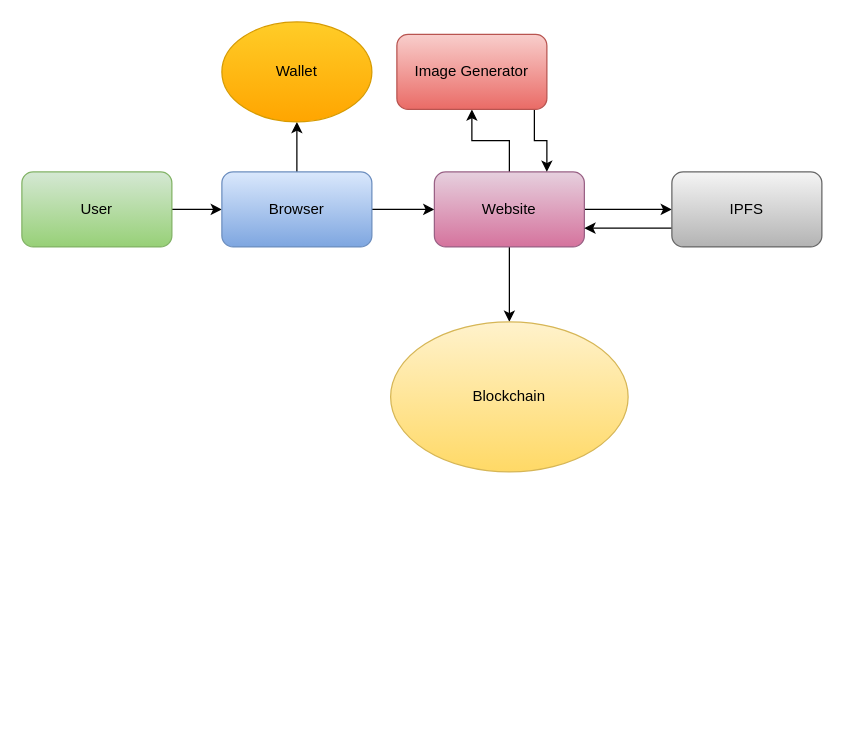
This is NFT.drawio from babangain/drawio, a draw.io file, before an edit. Source tidied: cells renumbered, new cells numbered last; positions are measured from the earlier drawing's top-left corner, leaving out a move shared by most shapes. Both pictures are drawn from the tidied source at 125%, with x=0, y=0 at pixel (21, 21).
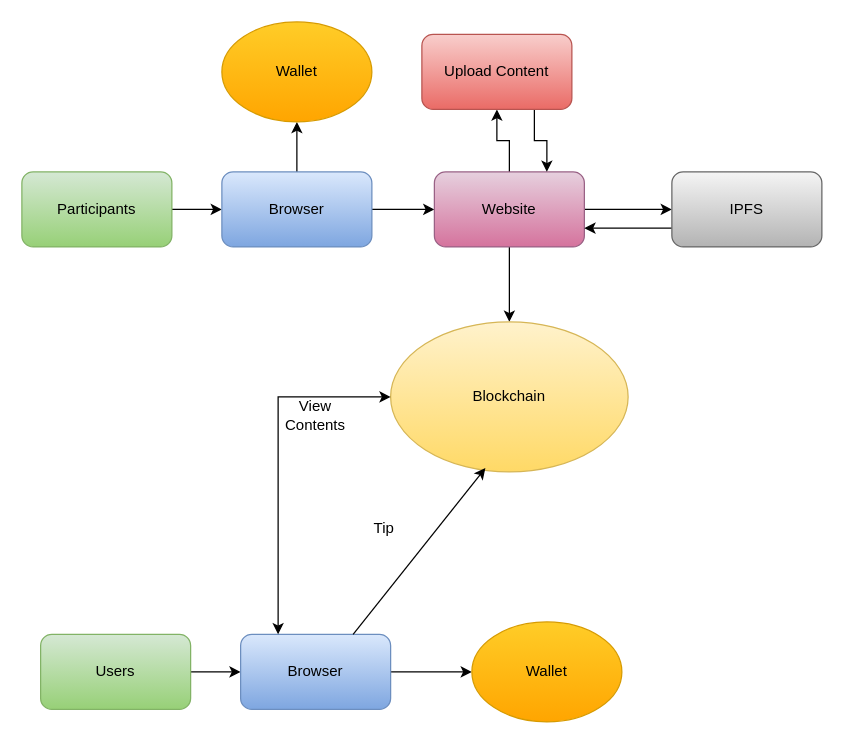
The same page after the edit.

The change refers to these unchanged cells:
```xml
<mxCell id="16" value="Blockchain" style="ellipse;whiteSpace=wrap;html=1;fillColor=#fff2cc;gradientColor=#ffd966;strokeColor=#d6b656;" parent="1" vertex="1">
  <mxGeometry x="295" y="240" width="190" height="120" as="geometry" />
</mxCell>
```

Change to the diagram source:
```diff
@@
-    <mxCell id="3" value="User" style="rounded=1;whiteSpace=wrap;html=1;fillColor=#d5e8d4;gradientColor=#97d077;strokeColor=#82b366;" parent="1" vertex="1">
+    <mxCell id="3" value="Participants" style="rounded=1;whiteSpace=wrap;html=1;fillColor=#d5e8d4;gradientColor=#97d077;strokeColor=#82b366;" parent="1" vertex="1">
       <mxGeometry y="120" width="120" height="60" as="geometry" />
     </mxCell>
@@
-    <mxCell id="13" value="Image Generator" style="whiteSpace=wrap;html=1;rounded=1;fillColor=#f8cecc;gradientColor=#ea6b66;strokeColor=#b85450;" parent="1" vertex="1">
-      <mxGeometry x="300" y="10" width="120" height="60" as="geometry" />
+    <mxCell id="13" value="Upload Content" style="whiteSpace=wrap;html=1;rounded=1;fillColor=#f8cecc;gradientColor=#ea6b66;strokeColor=#b85450;" parent="1" vertex="1">
+      <mxGeometry x="320" y="10" width="120" height="60" as="geometry" />
     </mxCell>
@@
+    <mxCell id="17" style="edgeStyle=orthogonalEdgeStyle;rounded=0;jettySize=auto;html=1;" parent="1" edge="1" source="18" target="20">
+      <mxGeometry relative="1" as="geometry" />
+    </mxCell>
+    <mxCell id="18" value="Users" style="rounded=1;whiteSpace=wrap;html=1;fillColor=#d5e8d4;gradientColor=#97d077;strokeColor=#82b366;" parent="1" vertex="1">
+      <mxGeometry x="15" y="490" width="120" height="60" as="geometry" />
+    </mxCell>
+    <mxCell id="19" style="edgeStyle=orthogonalEdgeStyle;rounded=0;jettySize=auto;html=1;" parent="1" edge="1" source="20" target="21">
+      <mxGeometry relative="1" as="geometry" />
+    </mxCell>
+    <mxCell id="20" value="Browser" style="rounded=1;whiteSpace=wrap;html=1;fillColor=#dae8fc;gradientColor=#7ea6e0;strokeColor=#6c8ebf;" parent="1" vertex="1">
+      <mxGeometry x="175" y="490" width="120" height="60" as="geometry" />
+    </mxCell>
+    <mxCell id="21" value="Wallet" style="ellipse;whiteSpace=wrap;html=1;fillColor=#ffcd28;gradientColor=#ffa500;strokeColor=#d79b00;" parent="1" vertex="1">
+      <mxGeometry x="360" y="480" width="120" height="80" as="geometry" />
+    </mxCell>
+    <mxCell id="22" style="endArrow=classic;startArrow=classic;html=1;rounded=0;exitX=0.25;exitY=0;exitDx=0;exitDy=0;entryX=0;entryY=0.5;entryDx=0;entryDy=0;" parent="1" edge="1" source="20" target="16">
+      <mxGeometry relative="1" as="geometry">
+        <Array as="points">
+          <mxPoint x="205" y="300" />
+        </Array>
+      </mxGeometry>
+    </mxCell>
+    <mxCell id="23" value="View Contents" style="text;html=1;strokeColor=none;fillColor=none;align=center;verticalAlign=middle;whiteSpace=wrap;rounded=0;" parent="1" vertex="1">
+      <mxGeometry x="205" y="300" width="60" height="30" as="geometry" />
+    </mxCell>
+    <mxCell id="24" style="endArrow=classic;html=1;rounded=0;exitX=0.75;exitY=0;exitDx=0;exitDy=0;entryX=0.399;entryY=0.975;entryDx=0;entryDy=0;entryPerimeter=0;" parent="1" edge="1" source="20" target="16">
+      <mxGeometry relative="1" as="geometry" />
+    </mxCell>
+    <mxCell id="25" value="Tip" style="text;html=1;strokeColor=none;fillColor=none;align=center;verticalAlign=middle;whiteSpace=wrap;rounded=0;" parent="1" vertex="1">
+      <mxGeometry x="260" y="390" width="60" height="30" as="geometry" />
+    </mxCell>
```
